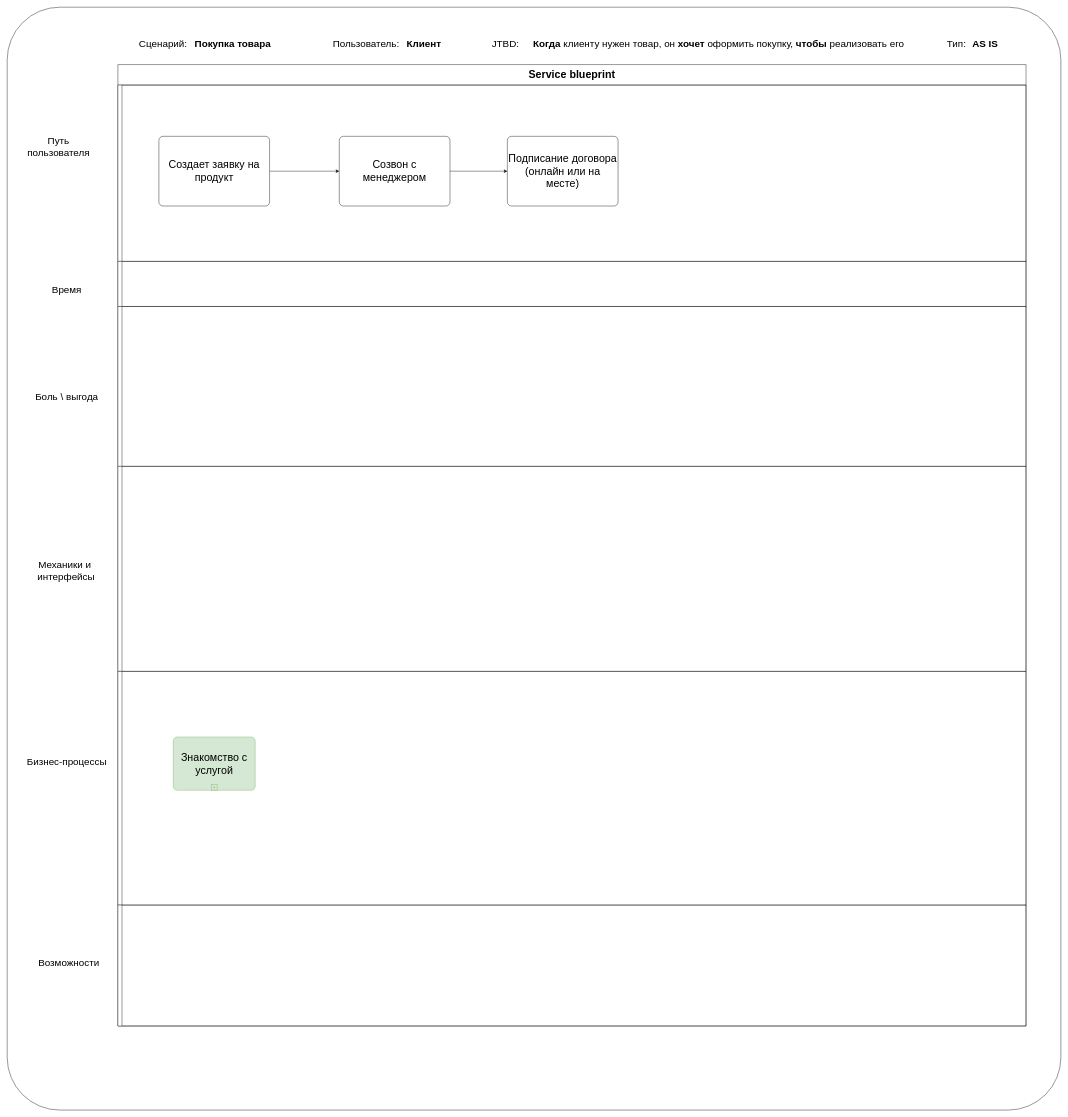
Above: Рабочие примеры артефактов/Шаблон Service blueprint and CJM.drawio in Heritager-tech/Heritager-tech (draw.io), before the change. Source tidied: cells renumbered, new cells numbered last; positions are measured from the earlier drawing's top-left corner, leaving out a move shared by most shapes. Both pictures are drawn from the tidied source at 41%, with x=0, y=0 at pixel (7, 7).
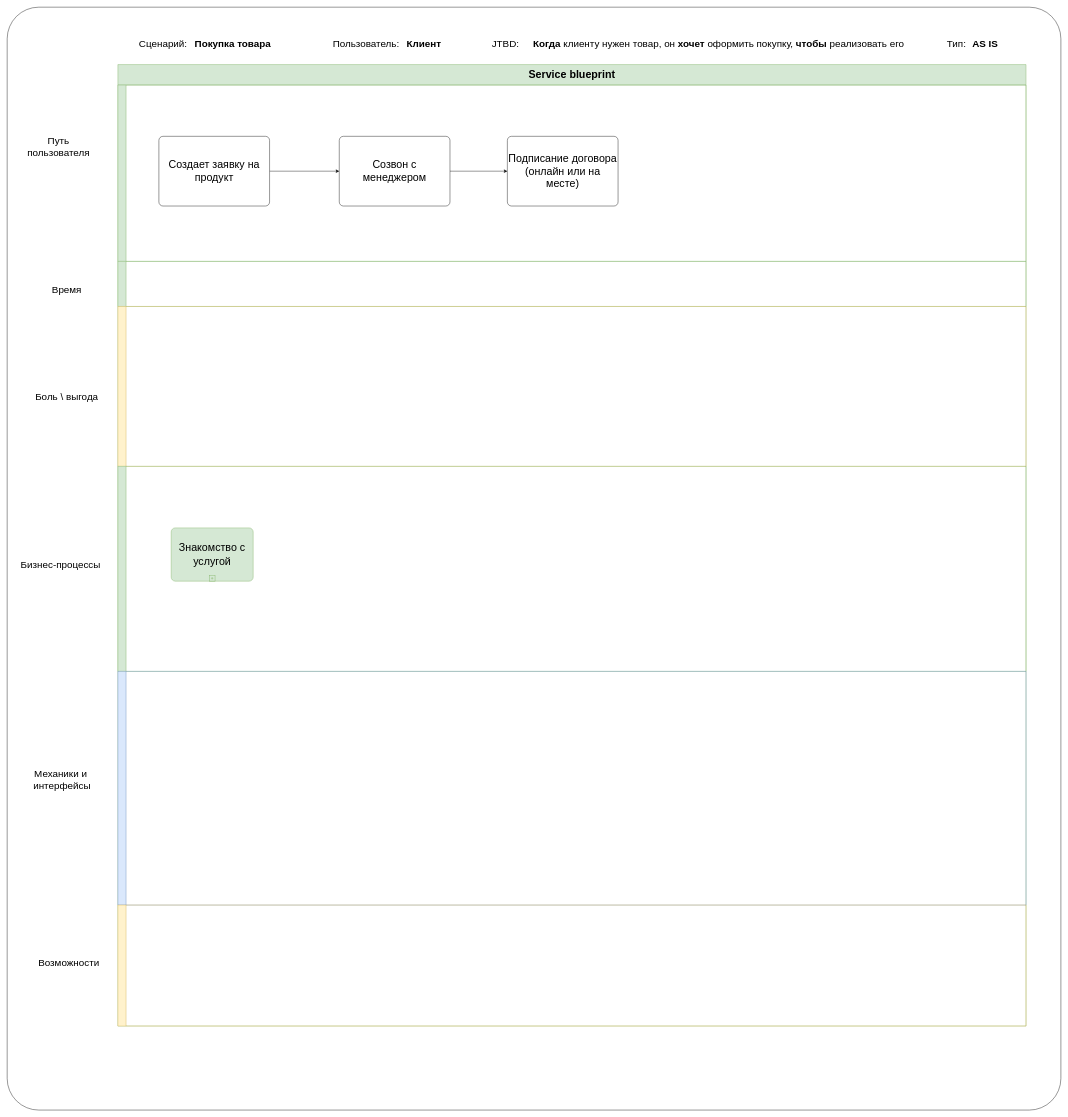
After the change.

What changed in the source:
```diff
@@
-    <mxCell id="2" style="rounded=1;whiteSpace=wrap;html=1;arcSize=5;" parent="1" vertex="1">
+    <mxCell id="2" style="rounded=1;whiteSpace=wrap;html=1;arcSize=3;" parent="1" vertex="1">
       <mxGeometry width="2570" height="2690" as="geometry" />
     </mxCell>
@@
     <mxCell id="8" value="&lt;span style=&quot;font-size: 24px;&quot;&gt;Механики и&lt;br style=&quot;font-size: 24px;&quot;&gt;&amp;nbsp;интерфейсы&lt;br style=&quot;font-size: 24px;&quot;&gt;&lt;/span&gt;" style="text;html=1;align=center;verticalAlign=middle;strokeColor=none;fillColor=none;fontSize=24;" parent="1" vertex="1">
-      <mxGeometry x="55" y="1340" width="170" height="70" as="geometry" />
+      <mxGeometry x="45" y="1850" width="170" height="70" as="geometry" />
     </mxCell>
     <mxCell id="9" value="&lt;span style=&quot;font-size: 24px;&quot;&gt;Бизнес-процессы&lt;br style=&quot;font-size: 24px;&quot;&gt;&lt;/span&gt;" style="text;html=1;align=center;verticalAlign=middle;strokeColor=none;fillColor=none;fontSize=24;" parent="1" vertex="1">
-      <mxGeometry x="35" y="1820" width="220" height="40" as="geometry" />
+      <mxGeometry x="20" y="1340" width="220" height="40" as="geometry" />
     </mxCell>
@@
-    <mxCell id="14" value="&lt;font style=&quot;font-size: 26px;&quot;&gt;Service blueprint&lt;/font&gt;" style="swimlane;html=1;horizontal=1;startSize=50;whiteSpace=wrap;" parent="1" vertex="1">
+    <mxCell id="14" value="&lt;font style=&quot;font-size: 26px;&quot;&gt;Service blueprint&lt;/font&gt;" style="swimlane;html=1;horizontal=1;startSize=50;whiteSpace=wrap;fillColor=#d5e8d4;strokeColor=#82b366;" parent="1" vertex="1">
       <mxGeometry x="270" y="140" width="2215" height="2345" as="geometry" />
     </mxCell>
-    <mxCell id="15" style="swimlane;html=1;startSize=10;horizontal=0;whiteSpace=wrap;" parent="14" vertex="1">
+    <mxCell id="15" style="swimlane;html=1;startSize=20;horizontal=0;whiteSpace=wrap;fillColor=#d5e8d4;strokeColor=#82b366;" parent="14" vertex="1">
       <mxGeometry y="50" width="2215" height="430" as="geometry" />
     </mxCell>
@@
-    <mxCell id="21" style="swimlane;html=1;startSize=10;horizontal=0;whiteSpace=wrap;" parent="14" vertex="1">
+    <mxCell id="21" style="swimlane;html=1;startSize=20;horizontal=0;whiteSpace=wrap;fillColor=#d5e8d4;strokeColor=#82b366;" parent="14" vertex="1">
       <mxGeometry y="480" width="2215" height="110" as="geometry" />
     </mxCell>
-    <mxCell id="22" style="swimlane;html=1;startSize=10;horizontal=0;verticalAlign=middle;whiteSpace=wrap;" parent="14" vertex="1">
+    <mxCell id="22" style="swimlane;html=1;startSize=20;horizontal=0;verticalAlign=middle;whiteSpace=wrap;fillColor=#fff2cc;strokeColor=#d6b656;" parent="14" vertex="1">
       <mxGeometry y="590" width="2215" height="390" as="geometry" />
     </mxCell>
-    <mxCell id="23" style="swimlane;html=1;startSize=10;horizontal=0;verticalAlign=middle;whiteSpace=wrap;" parent="14" vertex="1">
+    <mxCell id="23" style="swimlane;html=1;startSize=20;horizontal=0;verticalAlign=middle;whiteSpace=wrap;fillColor=#d5e8d4;strokeColor=#82b366;" parent="14" vertex="1">
       <mxGeometry y="980" width="2215" height="500" as="geometry" />
     </mxCell>
+    <mxCell id="25" value="Знакомство с услугой" style="shape=mxgraph.bpmn.task;whiteSpace=wrap;rectStyle=rounded;size=10;html=1;taskMarker=abstract;isLoopSub=1;fillColor=#d5e8d4;strokeColor=#82b366;fontSize=26;" parent="23" vertex="1">
+      <mxGeometry x="130" y="150" width="200" height="130" as="geometry" />
+    </mxCell>
-    <mxCell id="24" style="swimlane;html=1;startSize=10;horizontal=0;" parent="14" vertex="1">
+    <mxCell id="24" style="swimlane;html=1;startSize=20;horizontal=0;fillColor=#dae8fc;strokeColor=#6c8ebf;" parent="14" vertex="1">
       <mxGeometry y="1480" width="2215" height="570" as="geometry" />
     </mxCell>
-    <mxCell id="25" value="Знакомство с услугой" style="shape=mxgraph.bpmn.task;whiteSpace=wrap;rectStyle=rounded;size=10;html=1;taskMarker=abstract;isLoopSub=1;fillColor=#d5e8d4;strokeColor=#82b366;fontSize=26;" parent="24" vertex="1">
-      <mxGeometry x="135" y="160" width="200" height="130" as="geometry" />
-    </mxCell>
-    <mxCell id="26" style="swimlane;html=1;startSize=10;horizontal=0;" parent="14" vertex="1">
+    <mxCell id="26" style="swimlane;html=1;startSize=20;horizontal=0;fillColor=#fff2cc;strokeColor=#d6b656;" parent="14" vertex="1">
       <mxGeometry y="2050" width="2215" height="295" as="geometry" />
     </mxCell>
```
